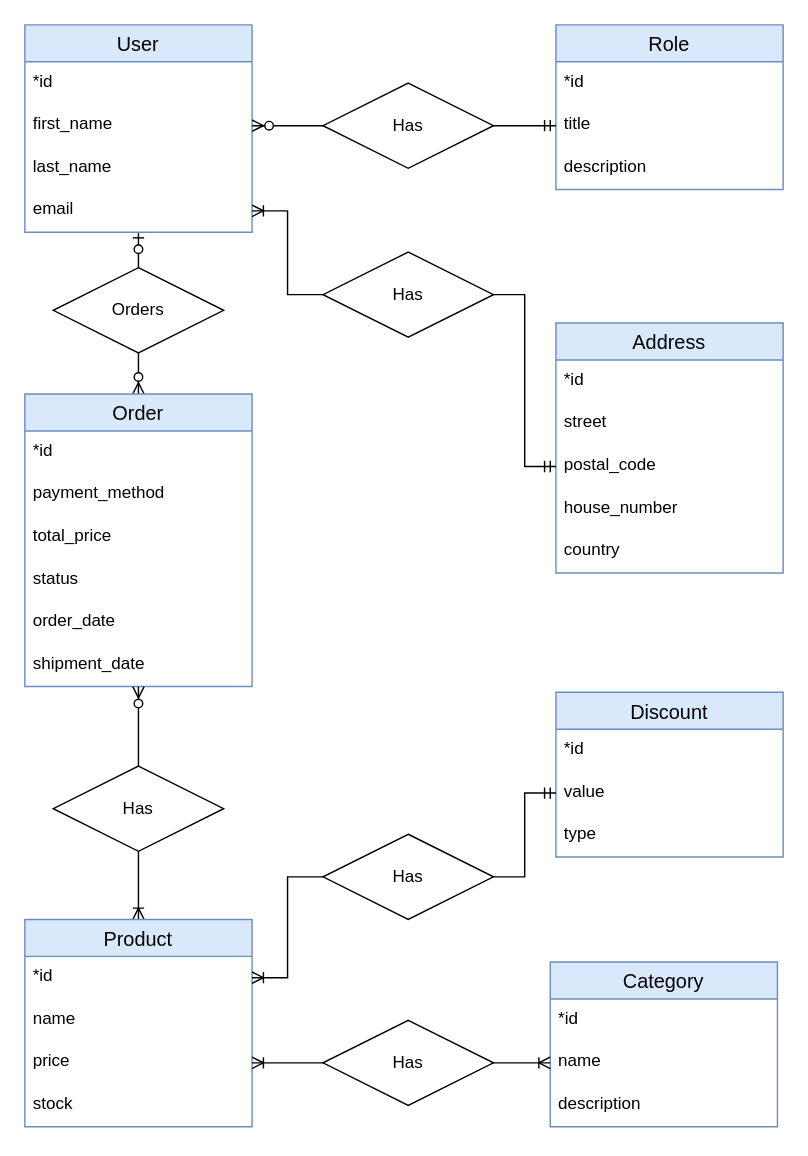
Above: diagrams/ERD_Brabotica.drawio in toufikSaadane/Brabotica-database-avans (draw.io), before the change. Source tidied: cells renumbered, new cells numbered last; positions are measured from the earlier drawing's top-left corner, leaving out a move shared by most shapes. Both pictures are drawn from the tidied source at 142%, with x=0, y=0 at pixel (24, 24).
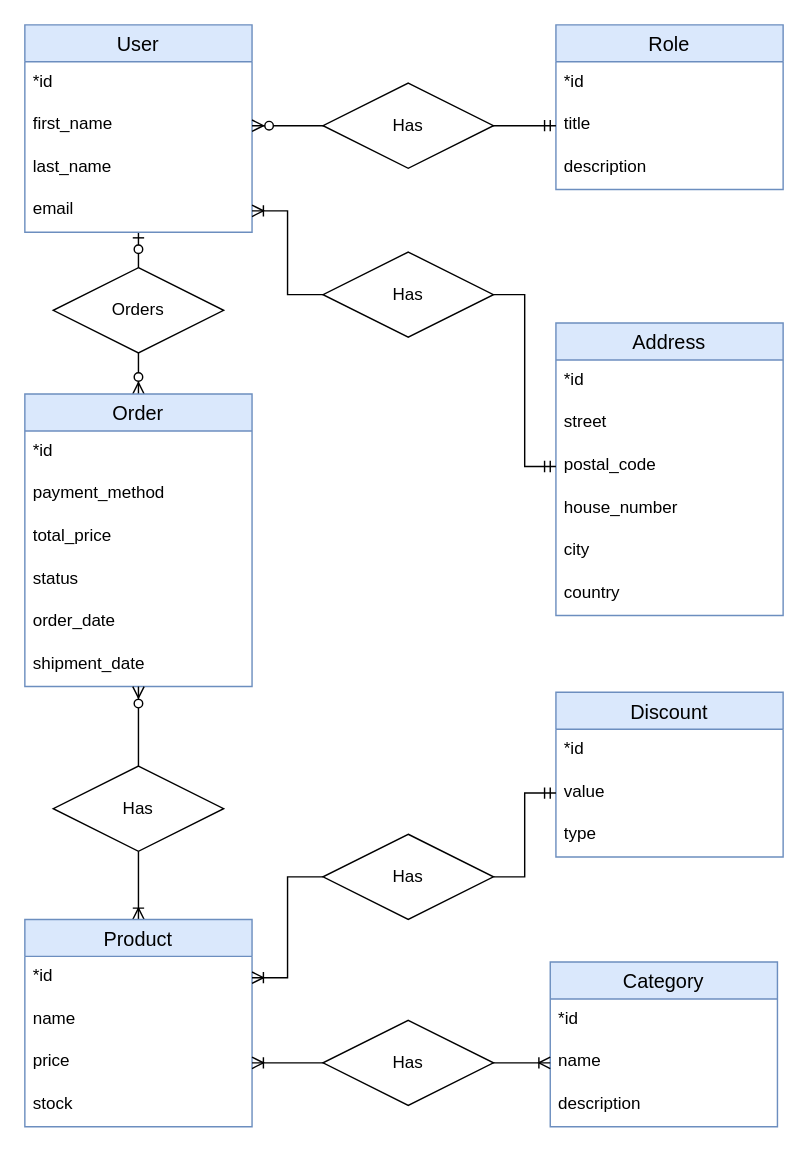
After the change.

The edit, as a diff of the source:
```diff
@@
     <mxCell id="13" value="Address" style="swimlane;fontStyle=0;horizontal=1;startSize=26;align=center;fontSize=14;fillColor=#dae8fc;strokeColor=#6c8ebf;" parent="1" vertex="1">
-      <mxGeometry x="374" y="210" width="160" height="176" as="geometry" />
+      <mxGeometry x="374" y="210" width="160" height="206" as="geometry" />
     </mxCell>
@@
+    <mxCell id="52" value="city" style="text;strokeColor=none;fillColor=none;spacingLeft=4;spacingRight=4;overflow=hidden;fontSize=12;" parent="13" vertex="1">
+      <mxGeometry y="146" width="160" height="30" as="geometry" />
+    </mxCell>
     <mxCell id="18" value="country" style="text;strokeColor=none;fillColor=none;spacingLeft=4;spacingRight=4;overflow=hidden;fontSize=12;" parent="13" vertex="1">
-      <mxGeometry y="146" width="160" height="30" as="geometry" />
+      <mxGeometry y="176" width="160" height="30" as="geometry" />
     </mxCell>
```
